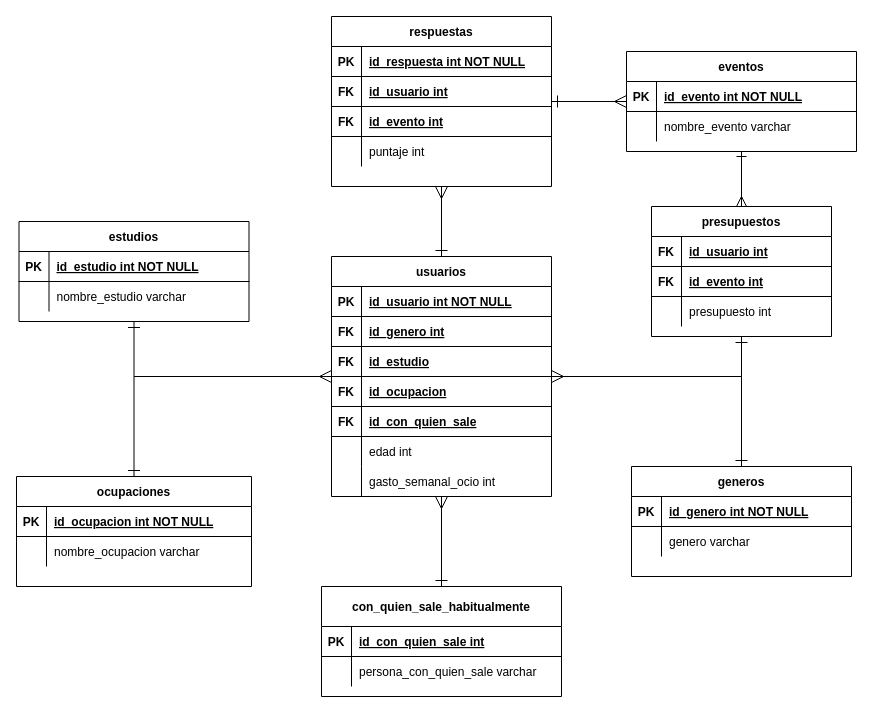
Before: diseño_bd/diagrama bd.drawio in Dhliv/PFBD, a draw.io diagram. Source tidied: cells renumbered, new cells numbered last; positions are measured from the earlier drawing's top-left corner, leaving out a move shared by most shapes. Both pictures are drawn from the tidied source at 100%, with x=0, y=0 at pixel (16, 16).
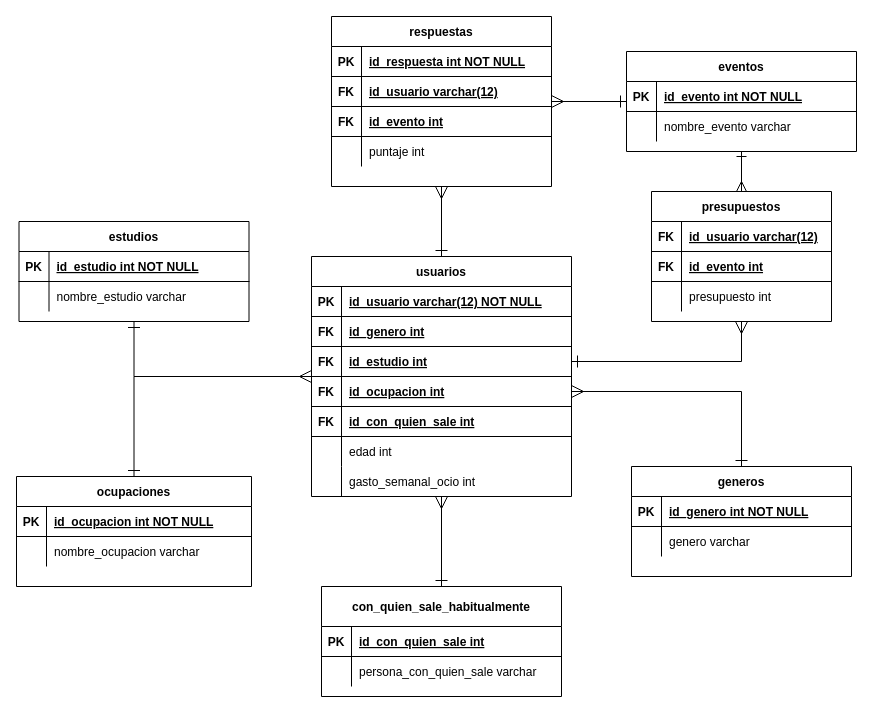
The same page after the edit.

Commit message (it also covers changes not shown here):
correcion de diagrama de base de datos

Unchanged cells that the change refers to:
```xml
<mxCell id="11" value="eventos" style="shape=table;startSize=30;childLayout=tableLayout;rowLines=0;fontStyle=1;align=center;" parent="1" vertex="1">
  <mxGeometry x="610" y="35" width="230" height="100" as="geometry" />
</mxCell>
<mxCell id="19" value="generos" style="shape=table;startSize=30;childLayout=tableLayout;rowLines=0;fontStyle=1;align=center;" parent="1" vertex="1">
  <mxGeometry x="615" y="450" width="220" height="110" as="geometry" />
</mxCell>
<mxCell id="35" value="respuestas" style="shape=table;startSize=30;childLayout=tableLayout;rowLines=0;fontStyle=1;align=center;" parent="1" vertex="1">
  <mxGeometry x="315" width="220" height="170" as="geometry" />
</mxCell>
<mxCell id="39" style="shape=partialRectangle;fillColor=none;top=0;left=0;bottom=1;right=0;" parent="35" vertex="1">
  <mxGeometry y="60" width="220" height="30" as="geometry" />
</mxCell>
<mxCell id="81" style="shape=partialRectangle;fillColor=none;top=0;left=0;bottom=1;right=0;" parent="80" vertex="1">
  <mxGeometry y="30" width="180" height="30" as="geometry" />
</mxCell>
```

What changed in the source:
```diff
@@
-    <mxCell id="10" style="edgeStyle=none;rounded=0;jettySize=auto;html=1;startArrow=ERmany;startFill=0;endArrow=ERone;endFill=0;endSize=10;startSize=10;" parent="1" edge="1" source="11" target="35">
+    <mxCell id="10" style="edgeStyle=none;rounded=0;jettySize=auto;html=1;startArrow=ERone;startFill=0;endArrow=ERmany;endFill=0;endSize=10;startSize=10;" parent="1" edge="1" source="11" target="35">
       <mxGeometry relative="1" as="geometry" />
     </mxCell>
@@
-    <mxCell id="18" style="edgeStyle=orthogonalEdgeStyle;rounded=0;jettySize=auto;html=1;exitX=0.5;exitY=0;exitDx=0;exitDy=0;endArrow=ERmany;endFill=0;startArrow=ERone;startFill=0;endSize=10;startSize=10;" parent="1" edge="1" source="19" target="49">
+    <mxCell id="18" style="edgeStyle=orthogonalEdgeStyle;rounded=0;jettySize=auto;html=1;exitX=0.5;exitY=0;exitDx=0;exitDy=0;endArrow=ERmany;endFill=0;startArrow=ERone;startFill=0;endSize=10;startSize=10;entryX=1;entryY=0.5;entryDx=0;entryDy=0;" parent="1" edge="1" source="19" target="59">
       <mxGeometry relative="1" as="geometry" />
     </mxCell>
@@
-    <mxCell id="41" value="id_usuario int" style="shape=partialRectangle;fillColor=none;top=0;left=0;bottom=0;right=0;align=left;spacingLeft=6;fontStyle=5;overflow=hidden;" parent="39" vertex="1">
+    <mxCell id="41" value="id_usuario varchar(12)" style="shape=partialRectangle;fillColor=none;top=0;left=0;bottom=0;right=0;align=left;spacingLeft=6;fontStyle=5;overflow=hidden;" parent="39" vertex="1">
       <mxGeometry x="30" width="190" height="30" as="geometry" />
     </mxCell>
@@
     <mxCell id="49" value="usuarios" style="shape=table;startSize=30;childLayout=tableLayout;rowLines=0;fontStyle=1;align=center;strokeColor=#000000;" parent="1" vertex="1">
-      <mxGeometry x="315" y="240" width="220" height="240" as="geometry" />
+      <mxGeometry x="295" y="240" width="260" height="240" as="geometry" />
     </mxCell>
     <mxCell id="50" style="shape=partialRectangle;fillColor=none;top=0;left=0;bottom=1;right=0;" parent="49" vertex="1">
-      <mxGeometry y="30" width="220" height="30" as="geometry" />
+      <mxGeometry y="30" width="260" height="30" as="geometry" />
     </mxCell>
@@
-    <mxCell id="52" value="id_usuario int NOT NULL" style="shape=partialRectangle;fillColor=none;top=0;left=0;bottom=0;right=0;align=left;spacingLeft=6;fontStyle=5;overflow=hidden;" parent="50" vertex="1">
-      <mxGeometry x="30" width="190" height="30" as="geometry" />
+    <mxCell id="52" value="id_usuario varchar(12) NOT NULL" style="shape=partialRectangle;fillColor=none;top=0;left=0;bottom=0;right=0;align=left;spacingLeft=6;fontStyle=5;overflow=hidden;" parent="50" vertex="1">
+      <mxGeometry x="30" width="230" height="30" as="geometry" />
     </mxCell>
     <mxCell id="53" style="shape=partialRectangle;fillColor=none;top=0;left=0;bottom=1;right=0;" parent="49" vertex="1">
-      <mxGeometry y="60" width="220" height="30" as="geometry" />
+      <mxGeometry y="60" width="260" height="30" as="geometry" />
     </mxCell>
@@
     <mxCell id="55" value="id_genero int" style="shape=partialRectangle;fillColor=none;top=0;left=0;bottom=0;right=0;align=left;spacingLeft=6;fontStyle=5;overflow=hidden;" parent="53" vertex="1">
-      <mxGeometry x="30" width="190" height="30" as="geometry" />
+      <mxGeometry x="30" width="230" height="30" as="geometry" />
     </mxCell>
     <mxCell id="56" style="shape=partialRectangle;fillColor=none;top=0;left=0;bottom=1;right=0;points=[[0,0.5],[1,0.5]];portConstraint=eastwest;" parent="49" vertex="1">
-      <mxGeometry y="90" width="220" height="30" as="geometry" />
+      <mxGeometry y="90" width="260" height="30" as="geometry" />
     </mxCell>
@@
-    <mxCell id="58" value="id_estudio" style="shape=partialRectangle;fillColor=none;top=0;left=0;bottom=0;right=0;align=left;spacingLeft=6;fontStyle=5;overflow=hidden;" parent="56" vertex="1">
-      <mxGeometry x="30" width="190" height="30" as="geometry" />
+    <mxCell id="58" value="id_estudio int" style="shape=partialRectangle;fillColor=none;top=0;left=0;bottom=0;right=0;align=left;spacingLeft=6;fontStyle=5;overflow=hidden;" parent="56" vertex="1">
+      <mxGeometry x="30" width="230" height="30" as="geometry" />
     </mxCell>
     <mxCell id="59" style="shape=partialRectangle;fillColor=none;top=0;left=0;bottom=1;right=0;points=[[0,0.5],[1,0.5]];portConstraint=eastwest;" parent="49" vertex="1">
-      <mxGeometry y="120" width="220" height="30" as="geometry" />
+      <mxGeometry y="120" width="260" height="30" as="geometry" />
     </mxCell>
@@
-    <mxCell id="61" value="id_ocupacion" style="shape=partialRectangle;fillColor=none;top=0;left=0;bottom=0;right=0;align=left;spacingLeft=6;fontStyle=5;overflow=hidden;" parent="59" vertex="1">
-      <mxGeometry x="30" width="190" height="30" as="geometry" />
+    <mxCell id="61" value="id_ocupacion int" style="shape=partialRectangle;fillColor=none;top=0;left=0;bottom=0;right=0;align=left;spacingLeft=6;fontStyle=5;overflow=hidden;" parent="59" vertex="1">
+      <mxGeometry x="30" width="230" height="30" as="geometry" />
     </mxCell>
     <mxCell id="62" style="shape=partialRectangle;fillColor=none;top=0;left=0;bottom=1;right=0;" parent="49" vertex="1">
-      <mxGeometry y="150" width="220" height="30" as="geometry" />
+      <mxGeometry y="150" width="260" height="30" as="geometry" />
     </mxCell>
@@
-    <mxCell id="64" value="id_con_quien_sale" style="shape=partialRectangle;fillColor=none;top=0;left=0;bottom=0;right=0;align=left;spacingLeft=6;fontStyle=5;overflow=hidden;" parent="62" vertex="1">
-      <mxGeometry x="30" width="190" height="30" as="geometry" />
+    <mxCell id="64" value="id_con_quien_sale int" style="shape=partialRectangle;fillColor=none;top=0;left=0;bottom=0;right=0;align=left;spacingLeft=6;fontStyle=5;overflow=hidden;" parent="62" vertex="1">
+      <mxGeometry x="30" width="230" height="30" as="geometry" />
     </mxCell>
     <mxCell id="65" style="shape=partialRectangle;fillColor=none;top=0;left=0;bottom=0;right=0;" parent="49" vertex="1">
-      <mxGeometry y="180" width="220" height="30" as="geometry" />
+      <mxGeometry y="180" width="260" height="30" as="geometry" />
     </mxCell>
@@
     <mxCell id="67" value="edad int" style="shape=partialRectangle;fillColor=none;top=0;left=0;bottom=0;right=0;align=left;spacingLeft=6;overflow=hidden;" parent="65" vertex="1">
-      <mxGeometry x="30" width="190" height="30" as="geometry" />
+      <mxGeometry x="30" width="230" height="30" as="geometry" />
     </mxCell>
     <mxCell id="68" style="shape=partialRectangle;fillColor=none;top=0;left=0;bottom=0;right=0;" parent="49" vertex="1">
-      <mxGeometry y="210" width="220" height="30" as="geometry" />
+      <mxGeometry y="210" width="260" height="30" as="geometry" />
     </mxCell>
@@
     <mxCell id="70" value="gasto_semanal_ocio int" style="shape=partialRectangle;fillColor=none;top=0;left=0;bottom=0;right=0;align=left;spacingLeft=6;overflow=hidden;" parent="68" vertex="1">
-      <mxGeometry x="30" width="190" height="30" as="geometry" />
+      <mxGeometry x="30" width="230" height="30" as="geometry" />
     </mxCell>
@@
-    <mxCell id="78" style="edgeStyle=orthogonalEdgeStyle;rounded=0;jettySize=auto;html=1;exitX=0.5;exitY=1;exitDx=0;exitDy=0;endArrow=none;endFill=0;startArrow=ERone;startFill=0;startSize=10;" parent="1" edge="1" source="80" target="49">
+    <mxCell id="78" style="edgeStyle=orthogonalEdgeStyle;rounded=0;jettySize=auto;html=1;exitX=0.5;exitY=1;exitDx=0;exitDy=0;endArrow=ERone;endFill=0;startArrow=ERmany;startFill=0;startSize=10;entryX=1;entryY=0.5;entryDx=0;entryDy=0;endSize=10;" parent="1" edge="1" source="80" target="56">
       <mxGeometry relative="1" as="geometry" />
     </mxCell>
@@
     <mxCell id="80" value="presupuestos" style="shape=table;startSize=30;childLayout=tableLayout;rowLines=0;fontStyle=1;align=center;strokeColor=#000000;" parent="1" vertex="1">
-      <mxGeometry x="635" y="190" width="180" height="130" as="geometry" />
+      <mxGeometry x="635" y="175" width="180" height="130" as="geometry" />
     </mxCell>
@@
-    <mxCell id="83" value="id_usuario int" style="shape=partialRectangle;fillColor=none;top=0;left=0;bottom=0;right=0;align=left;spacingLeft=6;fontStyle=5;overflow=hidden;" parent="81" vertex="1">
+    <mxCell id="83" value="id_usuario varchar(12)" style="shape=partialRectangle;fillColor=none;top=0;left=0;bottom=0;right=0;align=left;spacingLeft=6;fontStyle=5;overflow=hidden;" parent="81" vertex="1">
       <mxGeometry x="30" width="150" height="30" as="geometry" />
     </mxCell>
```
